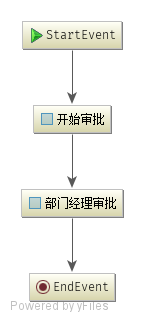
The BPMN diagram src/main/resources/activiti/holiday2.png in cheweiyuan/activiti, before a commit. Its source is kept beside it as src/main/resources/activiti/holiday2.bpmn. Ids are renumbered.
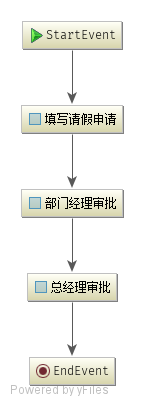
After the change.

What changed in the source:
```diff
@@ -1,56 +1,71 @@
-<definitions xmlns="http://www.omg.org/spec/BPMN/20100524/MODEL" xmlns:activiti="http://activiti.org/bpmn" xmlns:bpmndi="http://www.omg.org/spec/BPMN/20100524/DI" xmlns:omgdc="http://www.omg.org/spec/DD/20100524/DC" xmlns:omgdi="http://www.omg.org/spec/DD/20100524/DI" xmlns:tns="http://www.activiti.org/test" xmlns:xsd="http://www.w3.org/2001/XMLSchema" xmlns:xsi="http://www.w3.org/2001/XMLSchema-instance" expressionLanguage="http://www.w3.org/1999/XPath" id="m1616382224933" name="" targetNamespace="http://www.activiti.org/test" typeLanguage="http://www.w3.org/2001/XMLSchema">
+<definitions xmlns="http://www.omg.org/spec/BPMN/20100524/MODEL" xmlns:activiti="http://activiti.org/bpmn" xmlns:bpmndi="http://www.omg.org/spec/BPMN/20100524/DI" xmlns:omgdc="http://www.omg.org/spec/DD/20100524/DC" xmlns:omgdi="http://www.omg.org/spec/DD/20100524/DI" xmlns:tns="http://www.activiti.org/test" xmlns:xsd="http://www.w3.org/2001/XMLSchema" xmlns:xsi="http://www.w3.org/2001/XMLSchema-instance" expressionLanguage="http://www.w3.org/1999/XPath" id="m1616482355735" name="" targetNamespace="http://www.activiti.org/test" typeLanguage="http://www.w3.org/2001/XMLSchema">
   <process id="holiday2" isClosed="false" isExecutable="true" name="请假流程" processType="None">
     <startEvent id="_2" name="StartEvent"/>
-    <endEvent id="_3" name="EndEvent"/>
-    <userTask activiti:assignee="zhangsan" activiti:exclusive="true" id="_4" name="开始审批"/>
-    <userTask activiti:assignee="lisi" activiti:exclusive="true" id="_5" name="部门经理审批"/>
-    <sequenceFlow id="_6" sourceRef="_2" targetRef="_4"/>
-    <sequenceFlow id="_7" sourceRef="_4" targetRef="_5"/>
-    <sequenceFlow id="_8" sourceRef="_5" targetRef="_3"/>
+    <userTask activiti:assignee="${assignee0}" activiti:exclusive="true" id="_3" name="填写请假申请"/>
+    <userTask activiti:assignee="${assignee1}" activiti:exclusive="true" id="_4" name="部门经理审批"/>
+    <sequenceFlow id="_5" sourceRef="_2" targetRef="_3"/>
+    <sequenceFlow id="_6" sourceRef="_3" targetRef="_4"/>
+    <userTask activiti:assignee="${assignee2}" activiti:exclusive="true" id="_7" name="总经理审批"/>
+    <sequenceFlow id="_8" sourceRef="_4" targetRef="_7"/>
+    <endEvent id="_9" name="EndEvent"/>
+    <sequenceFlow id="_10" sourceRef="_7" targetRef="_9"/>
   </process>
   <bpmndi:BPMNDiagram documentation="background=#FFFFFF;count=1;horizontalcount=1;orientation=0;width=842.4;height=1195.2;imageableWidth=832.4;imageableHeight=1185.2;imageableX=5.0;imageableY=5.0" id="Diagram-_1" name="New Diagram">
     <bpmndi:BPMNPlane bpmnElement="holiday2">
       <bpmndi:BPMNShape bpmnElement="_2" id="Shape-_2">
-        <omgdc:Bounds height="32.0" width="32.0" x="375.0" y="75.0"/>
+        <omgdc:Bounds height="32.0" width="32.0" x="385.0" y="70.0"/>
         <bpmndi:BPMNLabel>
           <omgdc:Bounds height="32.0" width="32.0" x="0.0" y="0.0"/>
         </bpmndi:BPMNLabel>
       </bpmndi:BPMNShape>
       <bpmndi:BPMNShape bpmnElement="_3" id="Shape-_3">
-        <omgdc:Bounds height="32.0" width="32.0" x="380.0" y="390.0"/>
+        <omgdc:Bounds height="55.0" width="85.0" x="360.0" y="165.0"/>
+        <bpmndi:BPMNLabel>
+          <omgdc:Bounds height="55.0" width="85.0" x="0.0" y="0.0"/>
+        </bpmndi:BPMNLabel>
+      </bpmndi:BPMNShape>
+      <bpmndi:BPMNShape bpmnElement="_4" id="Shape-_4">
+        <omgdc:Bounds height="55.0" width="85.0" x="360.0" y="270.0"/>
+        <bpmndi:BPMNLabel>
+          <omgdc:Bounds height="55.0" width="85.0" x="0.0" y="0.0"/>
+        </bpmndi:BPMNLabel>
+      </bpmndi:BPMNShape>
+      <bpmndi:BPMNShape bpmnElement="_7" id="Shape-_7">
+        <omgdc:Bounds height="55.0" width="85.0" x="360.0" y="370.0"/>
+        <bpmndi:BPMNLabel>
+          <omgdc:Bounds height="55.0" width="85.0" x="0.0" y="0.0"/>
+        </bpmndi:BPMNLabel>
+      </bpmndi:BPMNShape>
+      <bpmndi:BPMNShape bpmnElement="_9" id="Shape-_9">
+        <omgdc:Bounds height="32.0" width="32.0" x="390.0" y="480.0"/>
         <bpmndi:BPMNLabel>
           <omgdc:Bounds height="32.0" width="32.0" x="0.0" y="0.0"/>
         </bpmndi:BPMNLabel>
       </bpmndi:BPMNShape>
-      <bpmndi:BPMNShape bpmnElement="_4" id="Shape-_4">
-        <omgdc:Bounds height="55.0" width="85.0" x="350.0" y="180.0"/>
-        <bpmndi:BPMNLabel>
-          <omgdc:Bounds height="55.0" width="85.0" x="0.0" y="0.0"/>
-        </bpmndi:BPMNLabel>
-      </bpmndi:BPMNShape>
-      <bpmndi:BPMNShape bpmnElement="_5" id="Shape-_5">
-        <omgdc:Bounds height="55.0" width="85.0" x="360.0" y="295.0"/>
-        <bpmndi:BPMNLabel>
-          <omgdc:Bounds height="55.0" width="85.0" x="0.0" y="0.0"/>
-        </bpmndi:BPMNLabel>
-      </bpmndi:BPMNShape>
-      <bpmndi:BPMNEdge bpmnElement="_6" id="BPMNEdge__6" sourceElement="_2" targetElement="_4">
-        <omgdi:waypoint x="391.0" y="107.0"/>
-        <omgdi:waypoint x="391.0" y="180.0"/>
+      <bpmndi:BPMNEdge bpmnElement="_5" id="BPMNEdge__5" sourceElement="_2" targetElement="_3">
+        <omgdi:waypoint x="401.0" y="102.0"/>
+        <omgdi:waypoint x="401.0" y="165.0"/>
         <bpmndi:BPMNLabel>
           <omgdc:Bounds height="0.0" width="0.0" x="0.0" y="0.0"/>
         </bpmndi:BPMNLabel>
       </bpmndi:BPMNEdge>
-      <bpmndi:BPMNEdge bpmnElement="_7" id="BPMNEdge__7" sourceElement="_4" targetElement="_5">
-        <omgdi:waypoint x="397.5" y="235.0"/>
-        <omgdi:waypoint x="397.5" y="295.0"/>
+      <bpmndi:BPMNEdge bpmnElement="_6" id="BPMNEdge__6" sourceElement="_3" targetElement="_4">
+        <omgdi:waypoint x="402.5" y="220.0"/>
+        <omgdi:waypoint x="402.5" y="270.0"/>
         <bpmndi:BPMNLabel>
           <omgdc:Bounds height="0.0" width="0.0" x="0.0" y="0.0"/>
         </bpmndi:BPMNLabel>
       </bpmndi:BPMNEdge>
-      <bpmndi:BPMNEdge bpmnElement="_8" id="BPMNEdge__8" sourceElement="_5" targetElement="_3">
-        <omgdi:waypoint x="396.0" y="350.0"/>
-        <omgdi:waypoint x="396.0" y="390.0"/>
+      <bpmndi:BPMNEdge bpmnElement="_8" id="BPMNEdge__8" sourceElement="_4" targetElement="_7">
+        <omgdi:waypoint x="402.5" y="325.0"/>
+        <omgdi:waypoint x="402.5" y="370.0"/>
+        <bpmndi:BPMNLabel>
+          <omgdc:Bounds height="0.0" width="0.0" x="0.0" y="0.0"/>
+        </bpmndi:BPMNLabel>
+      </bpmndi:BPMNEdge>
+      <bpmndi:BPMNEdge bpmnElement="_10" id="BPMNEdge__10" sourceElement="_7" targetElement="_9">
+        <omgdi:waypoint x="406.0" y="425.0"/>
+        <omgdi:waypoint x="406.0" y="480.0"/>
         <bpmndi:BPMNLabel>
           <omgdc:Bounds height="0.0" width="0.0" x="0.0" y="0.0"/>
         </bpmndi:BPMNLabel>
```
